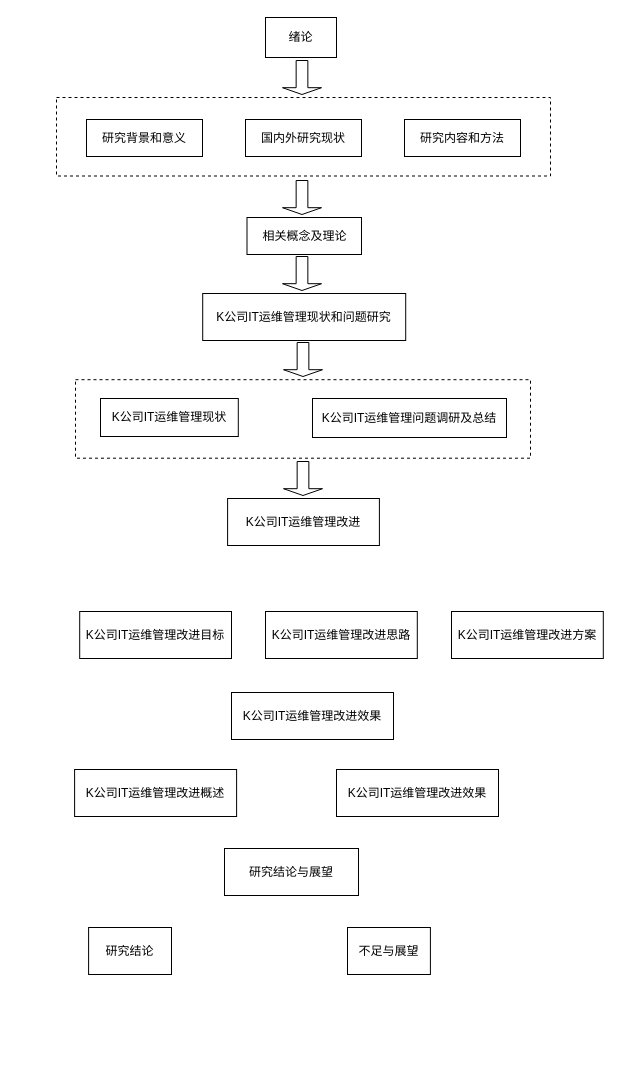
This is 1.drawio from WilliamWanCN/WilliamWanCN.github.io, a draw.io file, before an edit. Source tidied: cells renumbered, new cells numbered last; positions are measured from the earlier drawing's top-left corner, leaving out a move shared by most shapes. Both pictures are drawn from the tidied source at 100%, with x=0, y=0 at pixel (56, 17).
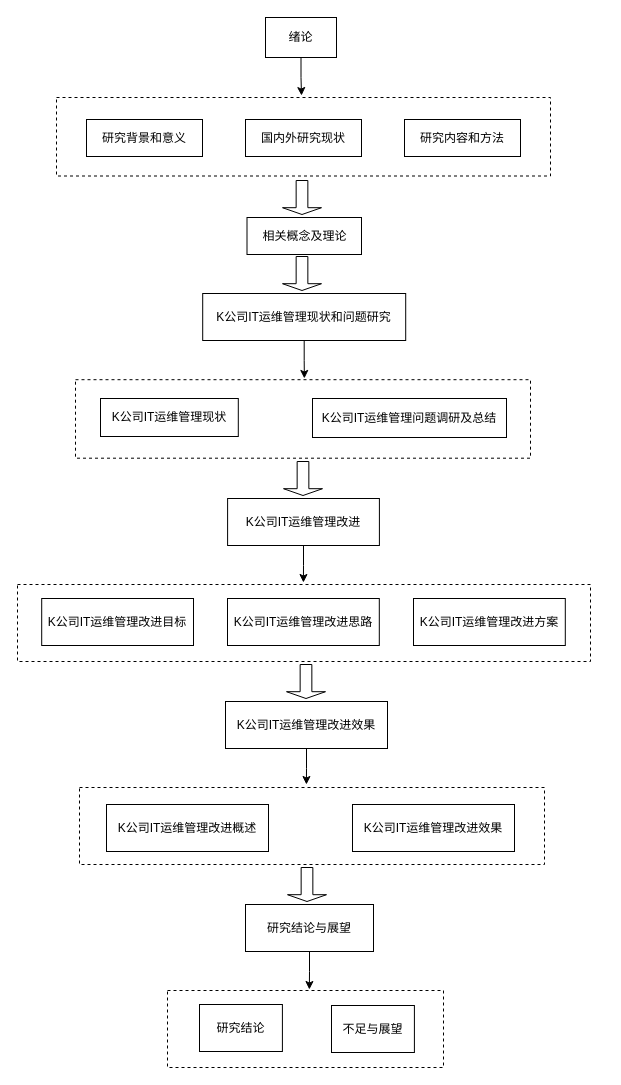
The same diagram, later.

The change refers to these unchanged cells:
```xml
<mxCell id="2" style="verticalLabelPosition=bottom;verticalAlign=top;html=1;shape=mxgraph.basic.rect;fillColor2=none;strokeWidth=1;size=20;indent=5;dashed=1;" parent="1" vertex="1">
  <mxGeometry x="19" y="362.2" width="455" height="78.5" as="geometry" />
</mxCell>
<mxCell id="3" style="verticalLabelPosition=bottom;verticalAlign=top;html=1;shape=mxgraph.basic.rect;fillColor2=none;strokeWidth=1;size=20;indent=5;dashed=1;" parent="1" vertex="1">
  <mxGeometry y="80" width="494" height="78.5" as="geometry" />
</mxCell>
<mxCell id="4" value="绪论" style="rounded=0;whiteSpace=wrap;html=1;" parent="1" vertex="1">
  <mxGeometry x="209" width="71" height="40" as="geometry" />
</mxCell>
<mxCell id="9" value="K公司IT运维管理现状和问题研究" style="rounded=0;whiteSpace=wrap;html=1;" parent="1" vertex="1">
  <mxGeometry x="146.2" y="276" width="203" height="47" as="geometry" />
</mxCell>
<mxCell id="12" value="K公司IT运维管理改进" style="rounded=0;whiteSpace=wrap;html=1;" parent="1" vertex="1">
  <mxGeometry x="171.1" y="481" width="151.8" height="47" as="geometry" />
</mxCell>
```

Change to the diagram source:
```diff
@@
+    <mxCell id="27" style="verticalLabelPosition=bottom;verticalAlign=top;html=1;shape=mxgraph.basic.rect;fillColor2=none;strokeWidth=1;size=20;indent=5;dashed=1;" parent="1" vertex="1">
+      <mxGeometry x="111" y="973" width="276" height="77" as="geometry" />
+    </mxCell>
+    <mxCell id="28" style="verticalLabelPosition=bottom;verticalAlign=top;html=1;shape=mxgraph.basic.rect;fillColor2=none;strokeWidth=1;size=20;indent=5;dashed=1;" parent="1" vertex="1">
+      <mxGeometry x="23" y="770" width="465" height="77" as="geometry" />
+    </mxCell>
+    <mxCell id="29" style="verticalLabelPosition=bottom;verticalAlign=top;html=1;shape=mxgraph.basic.rect;fillColor2=none;strokeWidth=1;size=20;indent=5;dashed=1;" parent="1" vertex="1">
+      <mxGeometry x="-39" y="567" width="573" height="77" as="geometry" />
+    </mxCell>
@@
     <mxCell id="13" value="K公司IT运维管理改进目标" style="rounded=0;whiteSpace=wrap;html=1;" parent="1" vertex="1">
-      <mxGeometry x="23.2" y="594" width="151.8" height="47" as="geometry" />
+      <mxGeometry x="-14.8" y="581" width="151.8" height="47" as="geometry" />
     </mxCell>
     <mxCell id="14" value="K公司IT运维管理改进思路" style="rounded=0;whiteSpace=wrap;html=1;" parent="1" vertex="1">
-      <mxGeometry x="209" y="594" width="151.8" height="47" as="geometry" />
+      <mxGeometry x="171" y="581" width="151.8" height="47" as="geometry" />
     </mxCell>
     <mxCell id="15" value="K公司IT运维管理改进方案" style="rounded=0;whiteSpace=wrap;html=1;" parent="1" vertex="1">
-      <mxGeometry x="395" y="594" width="151.8" height="47" as="geometry" />
+      <mxGeometry x="357" y="581" width="151.8" height="47" as="geometry" />
     </mxCell>
     <mxCell id="16" value="K公司IT运维管理改进效果" style="rounded=0;whiteSpace=wrap;html=1;" parent="1" vertex="1">
-      <mxGeometry x="175" y="675" width="162" height="47" as="geometry" />
+      <mxGeometry x="169" y="684" width="162" height="47" as="geometry" />
     </mxCell>
     <mxCell id="17" value="K公司IT运维管理改进概述" style="rounded=0;whiteSpace=wrap;html=1;" parent="1" vertex="1">
-      <mxGeometry x="18.1" y="752" width="162" height="47" as="geometry" />
+      <mxGeometry x="50" y="787" width="162" height="47" as="geometry" />
     </mxCell>
     <mxCell id="18" value="K公司IT运维管理改进效果" style="rounded=0;whiteSpace=wrap;html=1;" parent="1" vertex="1">
-      <mxGeometry x="280" y="752" width="162" height="47" as="geometry" />
+      <mxGeometry x="296" y="787" width="162" height="47" as="geometry" />
     </mxCell>
     <mxCell id="19" value="研究结论与展望" style="rounded=0;whiteSpace=wrap;html=1;" parent="1" vertex="1">
-      <mxGeometry x="168" y="831" width="134" height="47" as="geometry" />
+      <mxGeometry x="189" y="887" width="128" height="47" as="geometry" />
     </mxCell>
     <mxCell id="20" value="研究结论" style="rounded=0;whiteSpace=wrap;html=1;" parent="1" vertex="1">
-      <mxGeometry x="32.1" y="910" width="82.9" height="47" as="geometry" />
+      <mxGeometry x="143" y="987" width="82.9" height="47" as="geometry" />
     </mxCell>
     <mxCell id="21" value="不足与展望" style="rounded=0;whiteSpace=wrap;html=1;" parent="1" vertex="1">
-      <mxGeometry x="291" y="910" width="82.9" height="47" as="geometry" />
+      <mxGeometry x="275" y="988" width="82.9" height="47" as="geometry" />
     </mxCell>
-    <mxCell id="22" style="shape=singleArrow;direction=south;whiteSpace=wrap;html=1;" parent="1" vertex="1">
-      <mxGeometry x="226" y="43" width="39" height="34" as="geometry" />
-    </mxCell>
@@
-    <mxCell id="25" style="shape=singleArrow;direction=south;whiteSpace=wrap;html=1;" parent="1" vertex="1">
-      <mxGeometry x="227" y="325" width="39" height="34" as="geometry" />
-    </mxCell>
@@
+    <mxCell id="30" style="shape=singleArrow;direction=south;whiteSpace=wrap;html=1;" parent="1" vertex="1">
+      <mxGeometry x="230" y="647" width="39" height="34" as="geometry" />
+    </mxCell>
+    <mxCell id="31" style="shape=singleArrow;direction=south;whiteSpace=wrap;html=1;" parent="1" vertex="1">
+      <mxGeometry x="231" y="850" width="39" height="34" as="geometry" />
+    </mxCell>
+    <mxCell id="32" style="edgeStyle=orthogonalEdgeStyle;rounded=0;jettySize=auto;html=1;entryX=0.496;entryY=-0.025;entryDx=0;entryDy=0;entryPerimeter=0;" parent="1" edge="1" source="4" target="3">
+      <mxGeometry relative="1" as="geometry" />
+    </mxCell>
+    <mxCell id="33" style="edgeStyle=orthogonalEdgeStyle;rounded=0;jettySize=auto;html=1;entryX=0.503;entryY=-0.016;entryDx=0;entryDy=0;entryPerimeter=0;" parent="1" edge="1" source="9" target="2">
+      <mxGeometry relative="1" as="geometry" />
+    </mxCell>
+    <mxCell id="34" style="edgeStyle=orthogonalEdgeStyle;rounded=0;jettySize=auto;html=1;entryX=0.499;entryY=-0.026;entryDx=0;entryDy=0;entryPerimeter=0;" parent="1" edge="1" source="12" target="29">
+      <mxGeometry relative="1" as="geometry" />
+    </mxCell>
+    <mxCell id="35" style="edgeStyle=orthogonalEdgeStyle;rounded=0;jettySize=auto;html=1;entryX=0.488;entryY=-0.039;entryDx=0;entryDy=0;entryPerimeter=0;" parent="1" edge="1" source="16" target="28">
+      <mxGeometry relative="1" as="geometry" />
+    </mxCell>
+    <mxCell id="36" style="edgeStyle=orthogonalEdgeStyle;rounded=0;jettySize=auto;html=1;entryX=0.514;entryY=-0.013;entryDx=0;entryDy=0;entryPerimeter=0;" parent="1" edge="1" source="19" target="27">
+      <mxGeometry relative="1" as="geometry" />
+    </mxCell>
```
